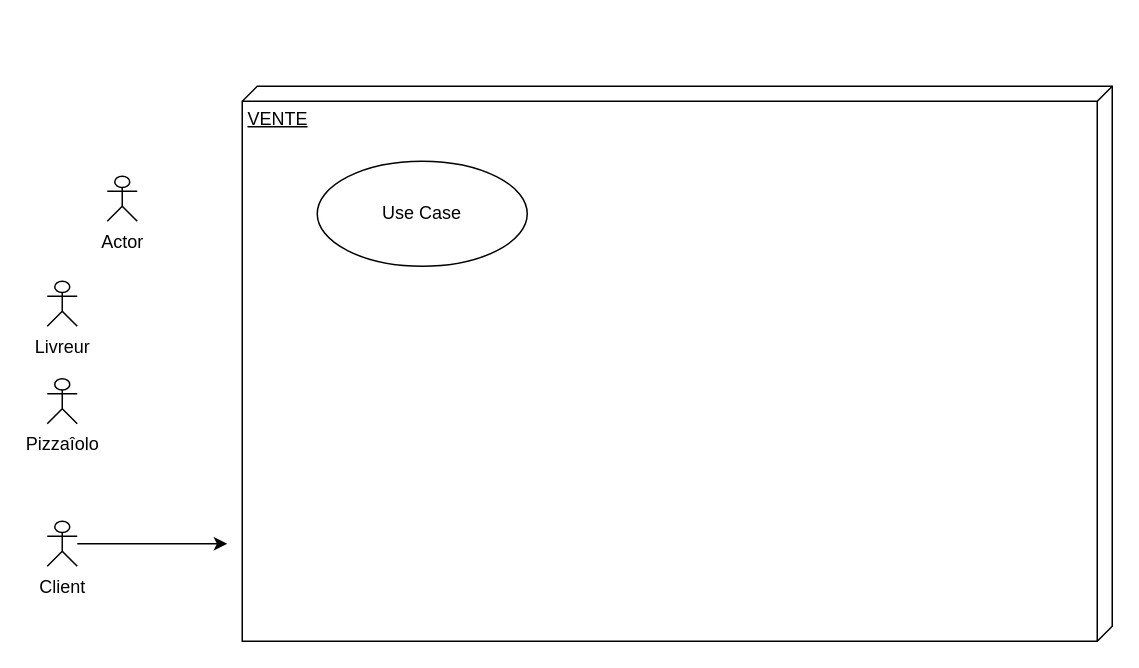
The draw.io diagram Diagramme cas d utilisation "Vente".drawio in touil2019/Projet4-OC-Pizza, before the edit. Source tidied: cells renumbered, new cells numbered last; positions are measured from the earlier drawing's top-left corner, leaving out a move shared by most shapes. Both pictures are drawn from the tidied source at 150%, with x=0, y=0 at pixel (46, 86).
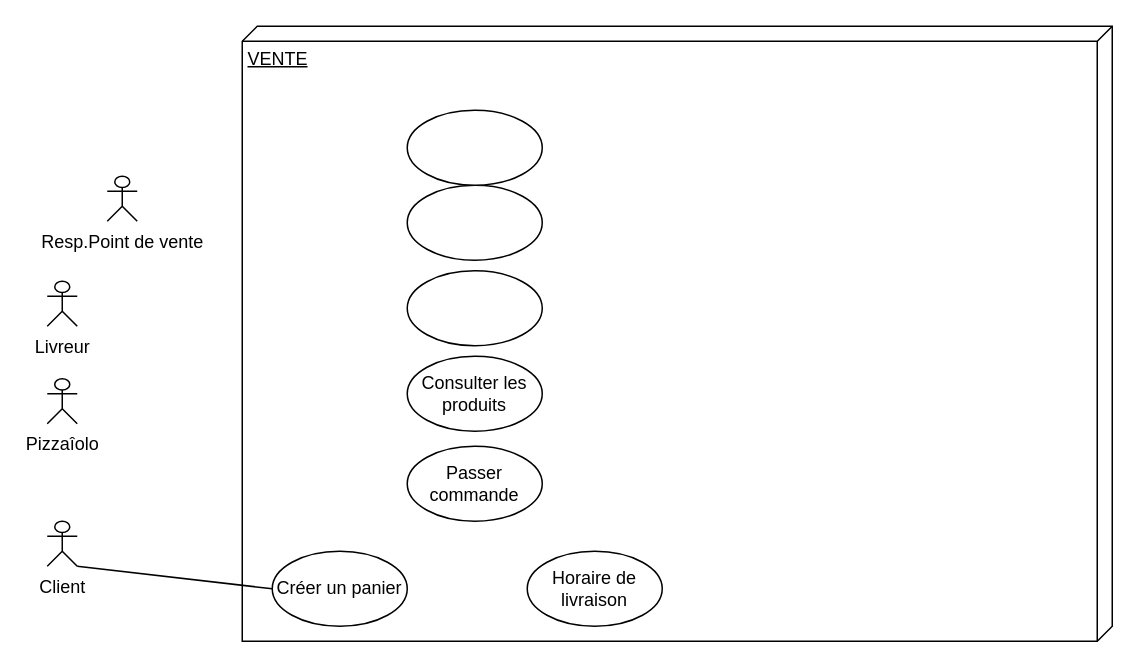
Above is the later version.

Commit message:
Mettre à jour Diagramme cas d utilisation "Vente".drawio

What changed in the source:
```diff
@@
 <mxGraphModel>
   <root>
     <mxCell id="0" />
     <mxCell id="1" parent="0" />
     <mxCell id="2" value="VENTE" style="verticalAlign=top;align=left;spacingTop=8;spacingLeft=2;spacingRight=12;shape=cube;size=10;direction=south;fontStyle=4;html=1;" parent="1" vertex="1">
-      <mxGeometry x="130" width="580" height="370" as="geometry" />
+      <mxGeometry x="130" y="-40" width="580" height="410" as="geometry" />
     </mxCell>
-    <mxCell id="3" value="Use Case" style="ellipse;whiteSpace=wrap;html=1;" parent="1" vertex="1">
-      <mxGeometry x="180" y="50" width="140" height="70" as="geometry" />
+    <mxCell id="3" value="Créer un panier" style="ellipse;whiteSpace=wrap;html=1;" parent="1" vertex="1">
+      <mxGeometry x="150" y="310" width="90" height="50" as="geometry" />
     </mxCell>
+    <mxCell id="9" value="Horaire de livraison" style="ellipse;whiteSpace=wrap;html=1;" parent="1" vertex="1">
+      <mxGeometry x="320" y="310" width="90" height="50" as="geometry" />
+    </mxCell>
     <mxCell id="4" value="Pizzaîolo" style="shape=umlActor;verticalLabelPosition=bottom;labelBackgroundColor=#ffffff;verticalAlign=top;html=1;" parent="1" vertex="1">
       <mxGeometry y="195" width="20" height="30" as="geometry" />
     </mxCell>
-    <mxCell id="5" style="edgeStyle=orthogonalEdgeStyle;rounded=0;jettySize=auto;html=1;" parent="1" edge="1" source="6">
-      <mxGeometry relative="1" as="geometry">
-        <mxPoint x="120" y="305" as="targetPoint" />
-      </mxGeometry>
-    </mxCell>
     <mxCell id="6" value="Client" style="shape=umlActor;verticalLabelPosition=bottom;labelBackgroundColor=#ffffff;verticalAlign=top;html=1;" parent="1" vertex="1">
       <mxGeometry y="290" width="20" height="30" as="geometry" />
     </mxCell>
     <mxCell id="7" value="Livreur" style="shape=umlActor;verticalLabelPosition=bottom;labelBackgroundColor=#ffffff;verticalAlign=top;html=1;" parent="1" vertex="1">
       <mxGeometry y="130" width="20" height="30" as="geometry" />
     </mxCell>
-    <mxCell id="8" value="Actor" style="shape=umlActor;verticalLabelPosition=bottom;labelBackgroundColor=#ffffff;verticalAlign=top;html=1;" parent="1" vertex="1">
+    <mxCell id="8" value="Resp.Point de vente&lt;br&gt;&lt;br&gt;" style="shape=umlActor;verticalLabelPosition=bottom;labelBackgroundColor=#ffffff;verticalAlign=top;html=1;" parent="1" vertex="1">
       <mxGeometry x="40" y="60" width="20" height="30" as="geometry" />
     </mxCell>
+    <mxCell id="10" style="endArrow=none;html=1;entryX=0;entryY=0.5;entryDx=0;entryDy=0;exitX=1;exitY=1;exitDx=0;exitDy=0;exitPerimeter=0;" parent="1" edge="1" source="6" target="3">
+      <mxGeometry relative="1" as="geometry" />
+    </mxCell>
+    <mxCell id="11" value="Passer commande" style="ellipse;whiteSpace=wrap;html=1;" parent="1" vertex="1">
+      <mxGeometry x="240" y="240" width="90" height="50" as="geometry" />
+    </mxCell>
+    <mxCell id="12" value="Consulter les produits" style="ellipse;whiteSpace=wrap;html=1;" parent="1" vertex="1">
+      <mxGeometry x="240" y="180" width="90" height="50" as="geometry" />
+    </mxCell>
+    <mxCell id="13" style="ellipse;whiteSpace=wrap;html=1;" parent="1" vertex="1">
+      <mxGeometry x="240" y="66" width="90" height="50" as="geometry" />
+    </mxCell>
+    <mxCell id="14" style="ellipse;whiteSpace=wrap;html=1;" parent="1" vertex="1">
+      <mxGeometry x="240" y="16" width="90" height="50" as="geometry" />
+    </mxCell>
+    <mxCell id="15" style="ellipse;whiteSpace=wrap;html=1;" parent="1" vertex="1">
+      <mxGeometry x="240" y="123" width="90" height="50" as="geometry" />
+    </mxCell>
   </root>
 </mxGraphModel>
```
